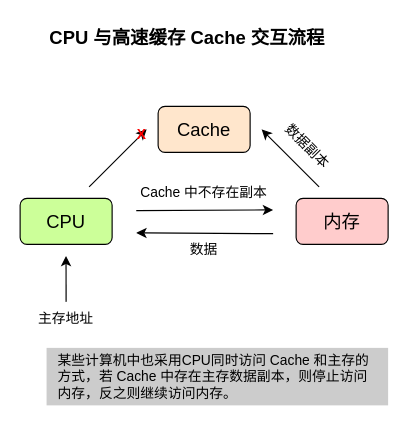
Before: files/computer_science/CPU与高速缓存Cache交互流程.drawio in weizhiqimail/draw.io.repo, a draw.io diagram. Source tidied: cells renumbered, new cells numbered last; positions are measured from the earlier drawing's top-left corner, leaving out a move shared by most shapes. Both pictures are drawn from the tidied source at 115%, with x=0, y=0 at pixel (20, 20).
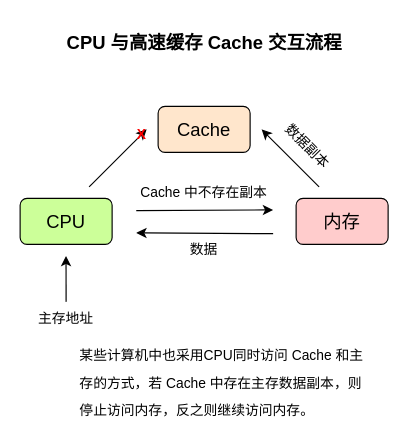
The same diagram, later.

Commit message:
Update CPU与高速缓存Cache交互流程.drawio

The edit, as a diff of the source:
```diff
@@
     <mxCell id="2" value="CPU 与高速缓存 Cache 交互流程" style="text;html=1;align=center;verticalAlign=middle;strokeColor=none;fillColor=none;fontSize=16;fontStyle=1;" parent="1" vertex="1">
-      <mxGeometry x="15" width="260" height="30" as="geometry" />
+      <mxGeometry x="30" y="5" width="260" height="30" as="geometry" />
     </mxCell>
@@
-    <mxCell id="16" value="某些计算机中也采用CPU同时访问 Cache 和主存的方式，若 Cache 中存在主存数据副本，则停止访问内存，反之则继续访问内存。" style="text;html=1;align=left;verticalAlign=middle;whiteSpace=wrap;rounded=0;fillColor=#CCCCCC;glass=0;labelPadding=0;spacingTop=0;spacing=10;" parent="1" vertex="1">
-      <mxGeometry x="23" y="285" width="297" height="50" as="geometry" />
+    <mxCell id="16" value="&lt;span style=&quot;color: rgb(0, 0, 0); line-height: 200%;&quot;&gt;某些计算机中也采用CPU同时访问 Cache 和主存的方式，若 Cache 中存在主存数据副本，则停止访问内存，反之则继续访问内存。&lt;/span&gt;" style="text;html=1;align=left;verticalAlign=middle;whiteSpace=wrap;rounded=0;" parent="1" vertex="1">
+      <mxGeometry x="50" y="275" width="250" height="80" as="geometry" />
     </mxCell>
```
